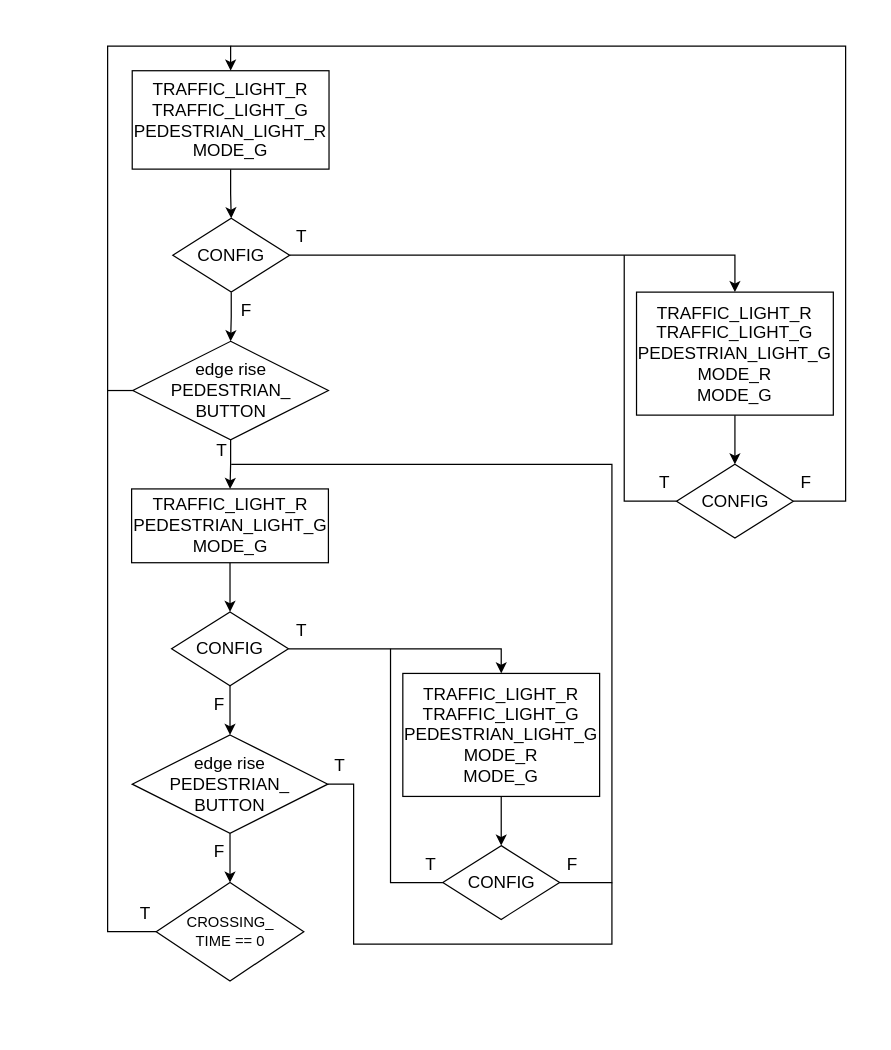
Earlier version of the draw.io diagram ASM_Chart.drawio (MaheuTaroo/fuck). Source tidied: cells renumbered, new cells numbered last; positions are measured from the earlier drawing's top-left corner, leaving out a move shared by most shapes. Both pictures are drawn from the tidied source at 123%, with x=0, y=0 at pixel (82, 21).
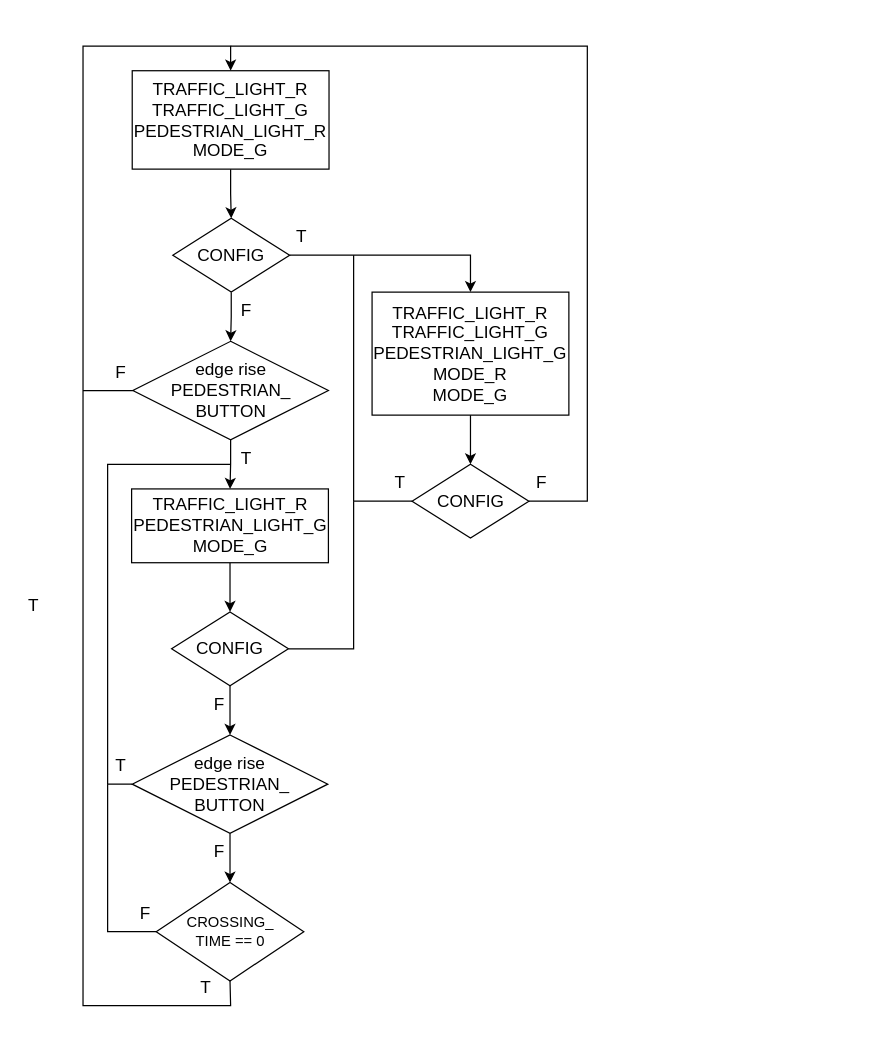
The same page after the edit.

Commit message (it also covers changes not shown here):
fuck 4.1: a config story

Unchanged cells that the change refers to:
```xml
<mxCell id="6" value="&lt;span style=&quot;font-size: 14px;&quot;&gt;edge rise&lt;/span&gt;&lt;div&gt;&lt;span style=&quot;font-size: 14px; background-color: initial;&quot;&gt;PEDESTRIAN_&lt;/span&gt;&lt;div&gt;&lt;span style=&quot;font-size: 14px;&quot;&gt;BUTTON&lt;/span&gt;&lt;/div&gt;&lt;/div&gt;" style="rhombus;whiteSpace=wrap;html=1;" parent="1" vertex="1">
  <mxGeometry x="40.5" y="260" width="159" height="80" as="geometry" />
</mxCell>
<mxCell id="15" value="&lt;font style=&quot;font-size: 14px;&quot;&gt;CONFIG&lt;/font&gt;" style="rhombus;whiteSpace=wrap;html=1;" parent="1" vertex="1">
  <mxGeometry x="72" y="480" width="95" height="60" as="geometry" />
</mxCell>
<mxCell id="17" value="&lt;span style=&quot;font-size: 14px;&quot;&gt;edge rise&lt;/span&gt;&lt;div&gt;&lt;span style=&quot;font-size: 14px; background-color: initial;&quot;&gt;PEDESTRIAN_&lt;/span&gt;&lt;div&gt;&lt;span style=&quot;font-size: 14px;&quot;&gt;BUTTON&lt;/span&gt;&lt;/div&gt;&lt;/div&gt;" style="rhombus;whiteSpace=wrap;html=1;" parent="1" vertex="1">
  <mxGeometry x="40" y="580" width="159" height="80" as="geometry" />
</mxCell>
<mxCell id="18" value="CROSSING_&lt;div&gt;TIME == 0&lt;/div&gt;" style="rhombus;whiteSpace=wrap;html=1;" parent="1" vertex="1">
  <mxGeometry x="59.5" y="700" width="120" height="80" as="geometry" />
</mxCell>
```

Change to the diagram source:
```diff
@@
     <mxCell id="2" style="rounded=0;whiteSpace=wrap;html=1;strokeColor=none;fillColor=none;" parent="1" vertex="1">
-      <mxGeometry width="640" height="790" as="geometry" />
+      <mxGeometry x="-20" width="450" height="820" as="geometry" />
     </mxCell>
@@
-    <mxCell id="14" style="edgeStyle=orthogonalEdgeStyle;rounded=0;jettySize=auto;html=1;entryX=0.5;entryY=0;entryDx=0;entryDy=0;" parent="1" edge="1" source="15" target="25">
-      <mxGeometry relative="1" as="geometry" />
-    </mxCell>
@@
-    <mxCell id="19" style="endArrow=none;html=1;rounded=0;entryX=0;entryY=0.5;entryDx=0;entryDy=0;startArrow=classic;startFill=1;" parent="1" edge="1" target="18">
+    <mxCell id="19" style="endArrow=none;html=1;rounded=0;entryX=0.5;entryY=1;entryDx=0;entryDy=0;startArrow=classic;startFill=1;" parent="1" edge="1" target="18">
       <mxGeometry relative="1" as="geometry">
         <mxPoint x="120" y="40" as="sourcePoint" />
         <Array as="points">
           <mxPoint x="120" y="20" />
-          <mxPoint x="20" y="20" />
-          <mxPoint x="20" y="740" />
+          <mxPoint y="20" />
+          <mxPoint y="800" />
+          <mxPoint x="120" y="800" />
         </Array>
       </mxGeometry>
     </mxCell>
@@
     <mxCell id="21" value="&lt;font style=&quot;font-size: 14px;&quot;&gt;TRAFFIC_LIGHT_R&lt;/font&gt;&lt;div style=&quot;font-size: 14px;&quot;&gt;TRAFFIC_LIGHT_G&lt;/div&gt;&lt;div style=&quot;font-size: 14px;&quot;&gt;PEDESTRIAN_LIGHT_G&lt;/div&gt;&lt;div style=&quot;font-size: 14px;&quot;&gt;MODE_R&lt;/div&gt;&lt;div style=&quot;font-size: 14px;&quot;&gt;MODE_G&lt;/div&gt;" style="rounded=0;whiteSpace=wrap;html=1;" parent="1" vertex="1">
-      <mxGeometry x="450" y="220" width="160" height="100" as="geometry" />
+      <mxGeometry x="235" y="220" width="160" height="100" as="geometry" />
     </mxCell>
     <mxCell id="22" value="&lt;font style=&quot;font-size: 14px;&quot;&gt;CONFIG&lt;/font&gt;" style="rhombus;whiteSpace=wrap;html=1;" parent="1" vertex="1">
-      <mxGeometry x="482.5" y="360" width="95" height="60" as="geometry" />
+      <mxGeometry x="267.5" y="360" width="95" height="60" as="geometry" />
     </mxCell>
     <mxCell id="23" style="endArrow=none;html=1;rounded=0;exitX=1;exitY=0.5;exitDx=0;exitDy=0;" parent="1" edge="1" source="22">
       <mxGeometry relative="1" as="geometry">
         <mxPoint x="120" y="20" as="targetPoint" />
         <Array as="points">
-          <mxPoint x="620" y="390" />
-          <mxPoint x="620" y="20" />
+          <mxPoint x="410" y="390" />
+          <mxPoint x="410" y="20" />
         </Array>
       </mxGeometry>
     </mxCell>
-    <mxCell id="24" style="edgeStyle=orthogonalEdgeStyle;rounded=0;jettySize=auto;html=1;" parent="1" edge="1" source="25" target="26">
-      <mxGeometry relative="1" as="geometry" />
-    </mxCell>
-    <mxCell id="25" value="&lt;font style=&quot;font-size: 14px;&quot;&gt;TRAFFIC_LIGHT_R&lt;/font&gt;&lt;div style=&quot;font-size: 14px;&quot;&gt;TRAFFIC_LIGHT_G&lt;/div&gt;&lt;div style=&quot;font-size: 14px;&quot;&gt;PEDESTRIAN_LIGHT_G&lt;/div&gt;&lt;div style=&quot;font-size: 14px;&quot;&gt;MODE_R&lt;/div&gt;&lt;div style=&quot;font-size: 14px;&quot;&gt;MODE_G&lt;/div&gt;" style="rounded=0;whiteSpace=wrap;html=1;" parent="1" vertex="1">
-      <mxGeometry x="260" y="530" width="160" height="100" as="geometry" />
-    </mxCell>
-    <mxCell id="26" value="&lt;font style=&quot;font-size: 14px;&quot;&gt;CONFIG&lt;/font&gt;" style="rhombus;whiteSpace=wrap;html=1;" parent="1" vertex="1">
-      <mxGeometry x="292.5" y="670" width="95" height="60" as="geometry" />
-    </mxCell>
-    <mxCell id="27" style="endArrow=none;html=1;rounded=0;exitX=1;exitY=0.5;exitDx=0;exitDy=0;" parent="1" edge="1" source="26">
-      <mxGeometry relative="1" as="geometry">
-        <mxPoint x="120.5" y="360" as="targetPoint" />
-        <Array as="points">
-          <mxPoint x="430" y="700" />
-          <mxPoint x="430" y="360" />
-        </Array>
-      </mxGeometry>
-    </mxCell>
     <mxCell id="28" value="&lt;font style=&quot;font-size: 14px;&quot;&gt;T&lt;/font&gt;" style="text;html=1;align=center;verticalAlign=middle;whiteSpace=wrap;rounded=0;" parent="1" vertex="1">
-      <mxGeometry x="102.5" y="334" width="20" height="30" as="geometry" />
+      <mxGeometry x="20.5" y="590" width="20" height="30" as="geometry" />
     </mxCell>
@@
     <mxCell id="31" value="&lt;font style=&quot;font-size: 14px;&quot;&gt;T&lt;/font&gt;" style="text;html=1;align=center;verticalAlign=middle;whiteSpace=wrap;rounded=0;" parent="1" vertex="1">
-      <mxGeometry x="168" y="480" width="20" height="30" as="geometry" />
+      <mxGeometry x="-50" y="460" width="20" height="30" as="geometry" />
     </mxCell>
     <mxCell id="32" style="endArrow=none;html=1;rounded=0;entryX=0;entryY=0.5;entryDx=0;entryDy=0;" parent="1" edge="1" target="6">
       <mxGeometry relative="1" as="geometry">
-        <mxPoint x="20" y="300" as="sourcePoint" />
+        <mxPoint y="300" as="sourcePoint" />
       </mxGeometry>
     </mxCell>
-    <mxCell id="33" style="endArrow=none;html=1;rounded=0;exitX=1;exitY=0.5;exitDx=0;exitDy=0;" parent="1" edge="1" source="17">
-      <mxGeometry relative="1" as="geometry">
-        <mxPoint x="430" y="700" as="targetPoint" />
-        <Array as="points">
-          <mxPoint x="220" y="620" />
-          <mxPoint x="220" y="750" />
-          <mxPoint x="430" y="750" />
-        </Array>
-      </mxGeometry>
-    </mxCell>
@@
     <mxCell id="35" value="&lt;font style=&quot;font-size: 14px;&quot;&gt;T&lt;/font&gt;" style="text;html=1;align=center;verticalAlign=middle;whiteSpace=wrap;rounded=0;" parent="1" vertex="1">
-      <mxGeometry x="199" y="590" width="20" height="30" as="geometry" />
+      <mxGeometry x="122.5" y="340" width="20" height="30" as="geometry" />
     </mxCell>
     <mxCell id="36" style="endArrow=none;html=1;rounded=0;entryX=0;entryY=0.5;entryDx=0;entryDy=0;" parent="1" edge="1" target="22">
       <mxGeometry relative="1" as="geometry">
-        <mxPoint x="440" y="190" as="sourcePoint" />
+        <mxPoint x="220" y="190" as="sourcePoint" />
         <Array as="points">
-          <mxPoint x="440" y="390" />
+          <mxPoint x="220" y="390" />
         </Array>
       </mxGeometry>
     </mxCell>
     <mxCell id="37" value="&lt;font style=&quot;font-size: 14px;&quot;&gt;F&lt;/font&gt;" style="text;html=1;align=center;verticalAlign=middle;whiteSpace=wrap;rounded=0;" parent="1" vertex="1">
-      <mxGeometry x="577.5" y="360" width="20" height="30" as="geometry" />
+      <mxGeometry x="362.5" y="360" width="20" height="30" as="geometry" />
     </mxCell>
     <mxCell id="38" value="&lt;font style=&quot;font-size: 14px;&quot;&gt;T&lt;/font&gt;" style="text;html=1;align=center;verticalAlign=middle;whiteSpace=wrap;rounded=0;" parent="1" vertex="1">
-      <mxGeometry x="462.5" y="360" width="20" height="30" as="geometry" />
+      <mxGeometry x="247.5" y="360" width="20" height="30" as="geometry" />
     </mxCell>
-    <mxCell id="39" style="endArrow=none;html=1;rounded=0;exitX=0;exitY=0.5;exitDx=0;exitDy=0;" parent="1" edge="1" source="26">
-      <mxGeometry relative="1" as="geometry">
-        <mxPoint x="250" y="510" as="targetPoint" />
-        <Array as="points">
-          <mxPoint x="250" y="700" />
-        </Array>
-      </mxGeometry>
-    </mxCell>
-    <mxCell id="40" value="&lt;font style=&quot;font-size: 14px;&quot;&gt;T&lt;/font&gt;" style="text;html=1;align=center;verticalAlign=middle;whiteSpace=wrap;rounded=0;" parent="1" vertex="1">
-      <mxGeometry x="272.5" y="670" width="20" height="30" as="geometry" />
-    </mxCell>
-    <mxCell id="41" value="&lt;font style=&quot;font-size: 14px;&quot;&gt;F&lt;/font&gt;" style="text;html=1;align=center;verticalAlign=middle;whiteSpace=wrap;rounded=0;" parent="1" vertex="1">
-      <mxGeometry x="387.5" y="670" width="20" height="30" as="geometry" />
-    </mxCell>
     <mxCell id="42" value="&lt;font style=&quot;font-size: 14px;&quot;&gt;T&lt;/font&gt;" style="text;html=1;align=center;verticalAlign=middle;whiteSpace=wrap;rounded=0;" parent="1" vertex="1">
-      <mxGeometry x="40.5" y="710" width="20" height="30" as="geometry" />
+      <mxGeometry x="90" y="770" width="20" height="30" as="geometry" />
     </mxCell>
+    <mxCell id="43" style="endArrow=none;html=1;rounded=0;exitX=0;exitY=0.5;exitDx=0;exitDy=0;" parent="1" edge="1" source="17">
+      <mxGeometry relative="1" as="geometry">
+        <mxPoint x="120" y="360" as="targetPoint" />
+        <Array as="points">
+          <mxPoint x="20" y="620" />
+          <mxPoint x="20" y="360" />
+        </Array>
+      </mxGeometry>
+    </mxCell>
+    <mxCell id="44" style="endArrow=none;html=1;rounded=0;entryX=0;entryY=0.5;entryDx=0;entryDy=0;" parent="1" edge="1" target="18">
+      <mxGeometry relative="1" as="geometry">
+        <mxPoint x="20" y="620" as="sourcePoint" />
+        <Array as="points">
+          <mxPoint x="20" y="740" />
+        </Array>
+      </mxGeometry>
+    </mxCell>
+    <mxCell id="45" value="&lt;font style=&quot;font-size: 14px;&quot;&gt;F&lt;/font&gt;" style="text;html=1;align=center;verticalAlign=middle;whiteSpace=wrap;rounded=0;" parent="1" vertex="1">
+      <mxGeometry x="40.5" y="710" width="20" height="30" as="geometry" />
+    </mxCell>
+    <mxCell id="46" value="&lt;font style=&quot;font-size: 14px;&quot;&gt;F&lt;/font&gt;" style="text;html=1;align=center;verticalAlign=middle;whiteSpace=wrap;rounded=0;" parent="1" vertex="1">
+      <mxGeometry x="20.5" y="270" width="20" height="30" as="geometry" />
+    </mxCell>
+    <mxCell id="47" style="endArrow=none;html=1;rounded=0;exitX=1;exitY=0.5;exitDx=0;exitDy=0;" parent="1" edge="1" source="15">
+      <mxGeometry relative="1" as="geometry">
+        <mxPoint x="220" y="390" as="targetPoint" />
+        <Array as="points">
+          <mxPoint x="220" y="510" />
+        </Array>
+      </mxGeometry>
+    </mxCell>
```
